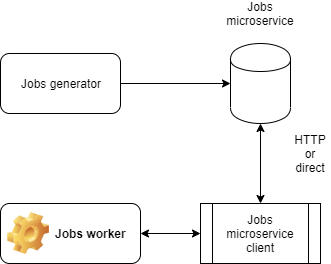
The draw.io diagram doc/Jobs-microservice.png in pip-services-infrastructure/pip-services-jobs-node, before a commit. Source tidied: cells renumbered, new cells last; positions are measured from the earlier drawing's top-left corner, leaving out a move shared by most shapes. The source it was exported from:
```xml
<mxGraphModel>
  <root>
    <mxCell id="0" />
    <mxCell id="1" parent="0" />
    <mxCell id="2" value="Jobs worker" style="label;whiteSpace=wrap;html=1;image=img/clipart/Gear_128x128.png;" parent="1" vertex="1">
      <mxGeometry y="200" width="140" height="60" as="geometry" />
    </mxCell>
    <mxCell id="3" style="shape=cylinder;whiteSpace=wrap;html=1;boundedLbl=1;backgroundOutline=1;" parent="1" vertex="1">
      <mxGeometry x="230" y="40" width="60" height="80" as="geometry" />
    </mxCell>
    <mxCell id="4" style="edgeStyle=orthogonalEdgeStyle;rounded=0;jettySize=auto;html=1;exitX=1;exitY=0.5;exitDx=0;exitDy=0;" parent="1" edge="1" source="5" target="3">
      <mxGeometry relative="1" as="geometry" />
    </mxCell>
    <mxCell id="5" value="Jobs generator" style="rounded=1;whiteSpace=wrap;html=1;" parent="1" vertex="1">
      <mxGeometry y="50" width="120" height="60" as="geometry" />
    </mxCell>
    <mxCell id="6" value="Jobs microservice" style="text;html=1;strokeColor=none;fillColor=none;align=center;verticalAlign=middle;whiteSpace=wrap;rounded=0;" parent="1" vertex="1">
      <mxGeometry x="240" width="40" height="20" as="geometry" />
    </mxCell>
    <mxCell id="7" value="Jobs microservice client" style="shape=process;whiteSpace=wrap;html=1;backgroundOutline=1;" parent="1" vertex="1">
      <mxGeometry x="200" y="200" width="120" height="60" as="geometry" />
    </mxCell>
    <mxCell id="8" style="endArrow=classic;startArrow=classic;html=1;entryX=0.5;entryY=1;entryDx=0;entryDy=0;exitX=0.5;exitY=0;exitDx=0;exitDy=0;" parent="1" edge="1" source="7" target="3">
      <mxGeometry relative="1" as="geometry" />
    </mxCell>
    <mxCell id="9" style="endArrow=classic;startArrow=classic;html=1;" parent="1" edge="1" source="2">
      <mxGeometry relative="1" as="geometry">
        <mxPoint x="200" y="230" as="targetPoint" />
      </mxGeometry>
    </mxCell>
    <mxCell id="10" value="HTTP or direct" style="text;html=1;strokeColor=none;fillColor=none;align=center;verticalAlign=middle;whiteSpace=wrap;rounded=0;" parent="1" vertex="1">
      <mxGeometry x="290" y="140" width="40" height="20" as="geometry" />
    </mxCell>
  </root>
</mxGraphModel>
```
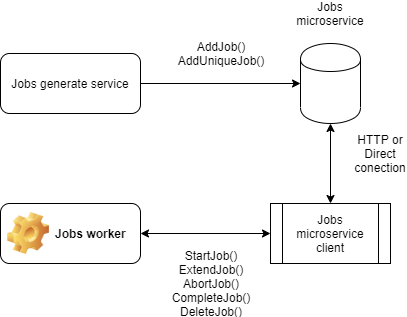
Above is the later version.

Commit message:
Add describe of microservice

Change to the diagram source:
```diff
@@ -3,7 +3,7 @@
     <mxCell id="0" />
     <mxCell id="1" parent="0" />
     <mxCell id="2" value="Jobs worker" style="label;whiteSpace=wrap;html=1;image=img/clipart/Gear_128x128.png;" parent="1" vertex="1">
-      <mxGeometry y="200" width="140" height="60" as="geometry" />
+      <mxGeometry x="-70" y="200" width="140" height="60" as="geometry" />
     </mxCell>
     <mxCell id="3" style="shape=cylinder;whiteSpace=wrap;html=1;boundedLbl=1;backgroundOutline=1;" parent="1" vertex="1">
       <mxGeometry x="230" y="40" width="60" height="80" as="geometry" />
@@ -11,8 +11,8 @@
     <mxCell id="4" style="edgeStyle=orthogonalEdgeStyle;rounded=0;jettySize=auto;html=1;exitX=1;exitY=0.5;exitDx=0;exitDy=0;" parent="1" edge="1" source="5" target="3">
       <mxGeometry relative="1" as="geometry" />
     </mxCell>
-    <mxCell id="5" value="Jobs generator" style="rounded=1;whiteSpace=wrap;html=1;" parent="1" vertex="1">
-      <mxGeometry y="50" width="120" height="60" as="geometry" />
+    <mxCell id="5" value="Jobs generate service" style="rounded=1;whiteSpace=wrap;html=1;" parent="1" vertex="1">
+      <mxGeometry x="-70" y="50" width="140" height="60" as="geometry" />
     </mxCell>
     <mxCell id="6" value="Jobs microservice" style="text;html=1;strokeColor=none;fillColor=none;align=center;verticalAlign=middle;whiteSpace=wrap;rounded=0;" parent="1" vertex="1">
       <mxGeometry x="240" width="40" height="20" as="geometry" />
@@ -28,8 +28,14 @@
         <mxPoint x="200" y="230" as="targetPoint" />
       </mxGeometry>
     </mxCell>
-    <mxCell id="10" value="HTTP or direct" style="text;html=1;strokeColor=none;fillColor=none;align=center;verticalAlign=middle;whiteSpace=wrap;rounded=0;" parent="1" vertex="1">
+    <mxCell id="10" value="HTTP or Direct conection" style="text;html=1;strokeColor=none;fillColor=none;align=center;verticalAlign=middle;whiteSpace=wrap;rounded=0;" parent="1" vertex="1">
       <mxGeometry x="290" y="140" width="40" height="20" as="geometry" />
     </mxCell>
+    <mxCell id="11" value="AddJob()&lt;br&gt;AddUniqueJob()" style="text;html=1;strokeColor=none;fillColor=none;align=center;verticalAlign=middle;whiteSpace=wrap;rounded=0;" parent="1" vertex="1">
+      <mxGeometry x="130" y="40" width="40" height="20" as="geometry" />
+    </mxCell>
+    <mxCell id="12" value="StartJob()&lt;br&gt;ExtendJob()&lt;br&gt;AbortJob()&lt;br&gt;CompleteJob()&lt;br&gt;DeleteJob()" style="text;html=1;strokeColor=none;fillColor=none;align=center;verticalAlign=middle;whiteSpace=wrap;rounded=0;" parent="1" vertex="1">
+      <mxGeometry x="120" y="270" width="40" height="20" as="geometry" />
+    </mxCell>
   </root>
 </mxGraphModel>
```
